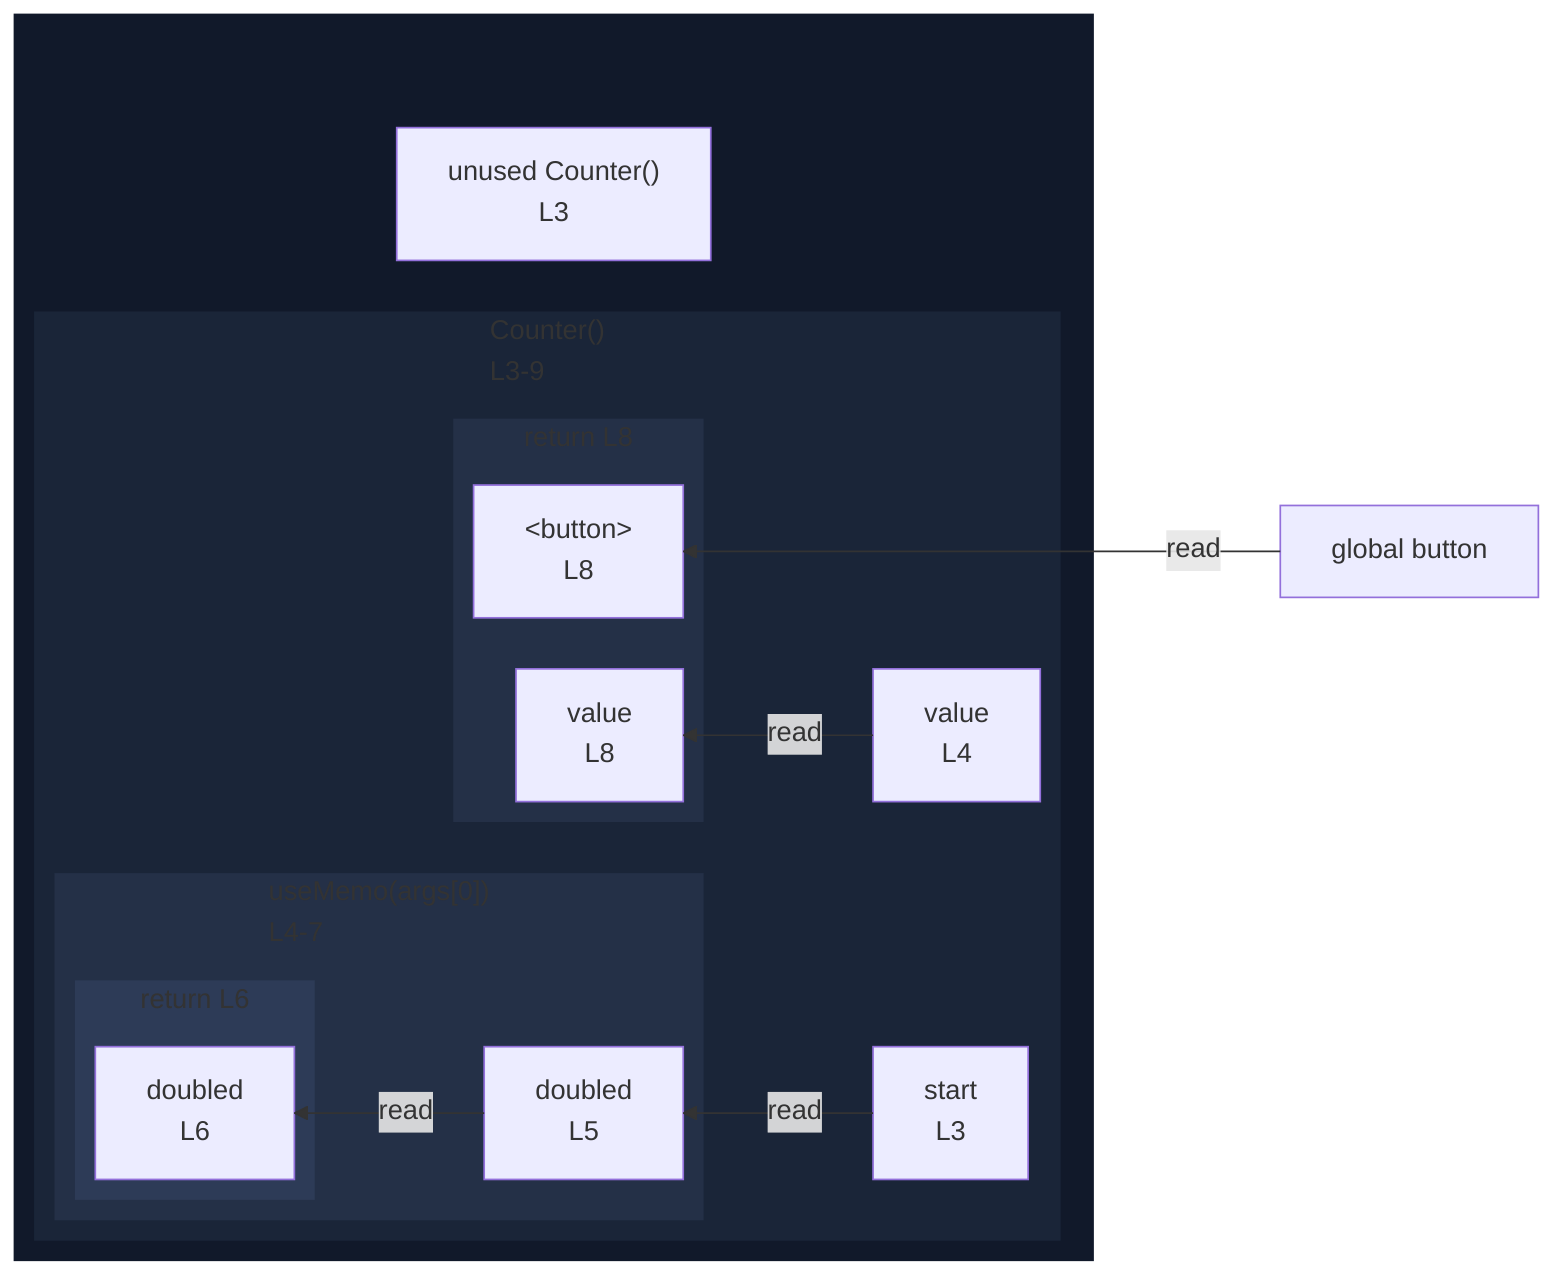
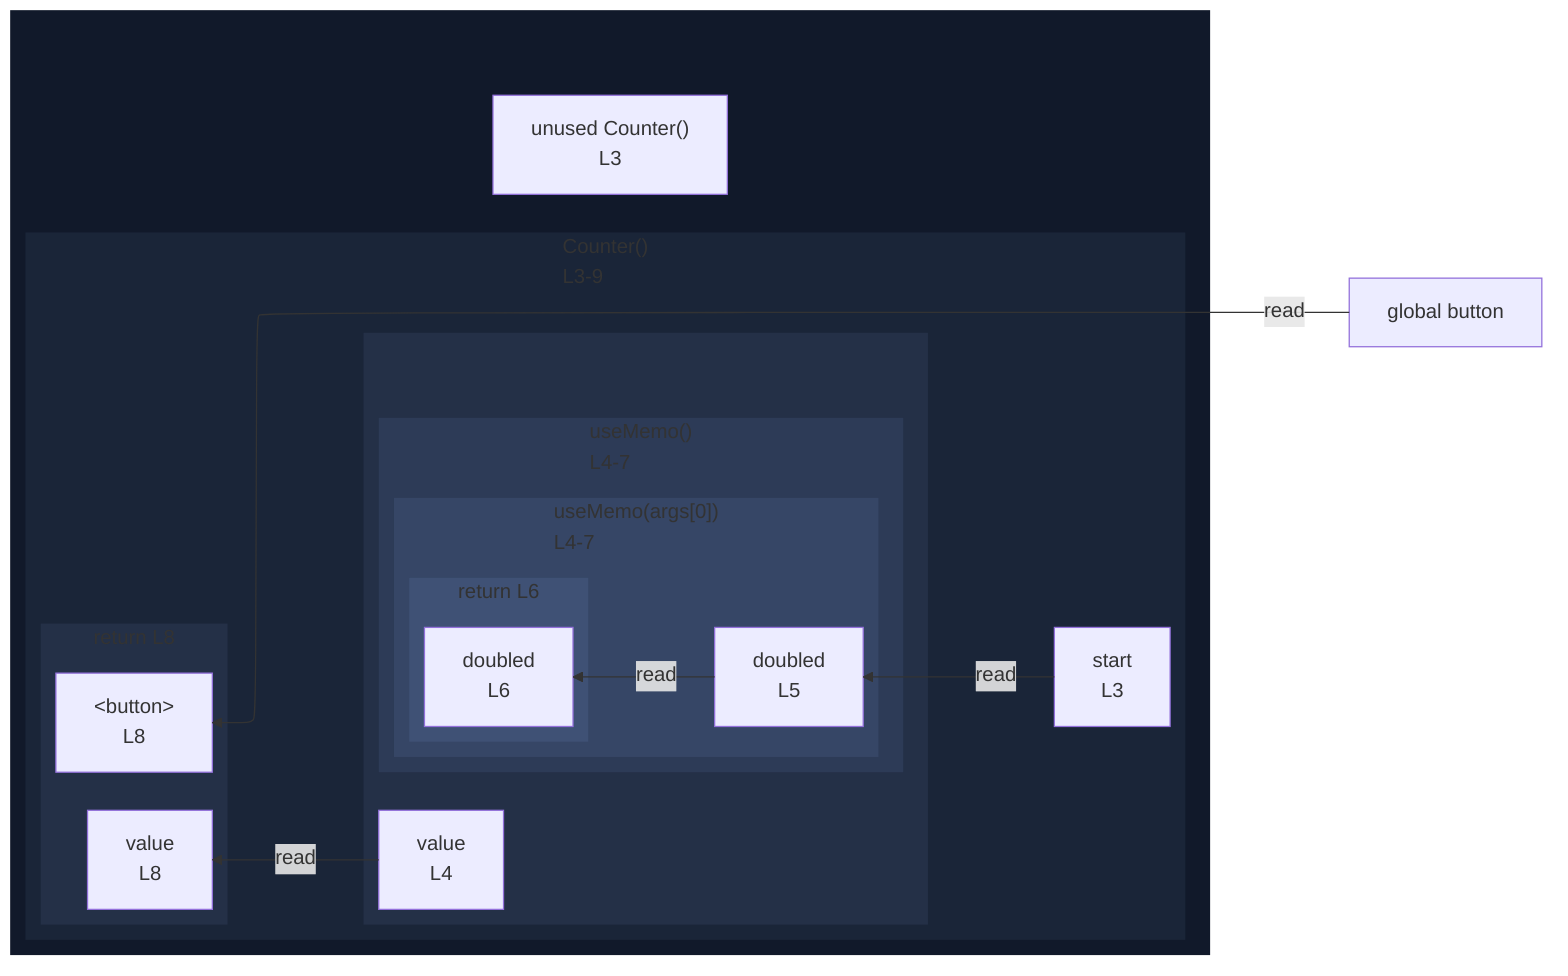
%%{init: {"flowchart": {"defaultRenderer": "elk"}}}%%
flowchart RL
  n_scope_0_button_194["global button"]
  subgraph wrap_s_scope_1[" "]
    direction TB
    n_scope_0_Counter_40["unused Counter()<br/>L3"]
    subgraph s_scope_1["Counter()<br/>L3-9"]
      direction RL
      n_scope_1_start_53["start<br/>L3"]
-       n_scope_1_value_94["value<br/>L4"]
-       subgraph s_scope_2["useMemo(args[0])<br/>L4-7"]
-         direction RL
-         n_scope_2_doubled_128["doubled<br/>L5"]
-         subgraph s_return_scope_0_Counter_40_153_168["return L6"]
+       subgraph wrap_call_proxy_102[" "]
+         direction TB
+         n_scope_1_value_94["value<br/>L4"]
+         subgraph call_proxy_102["useMemo()<br/>L4-7"]
          direction RL
-           ret_use_ref_5["doubled<br/>L6"]
+           subgraph s_scope_2["useMemo(args[0])<br/>L4-7"]
+             direction RL
+             n_scope_2_doubled_128["doubled<br/>L5"]
+             subgraph s_return_scope_0_Counter_40_153_168["return L6"]
+               direction RL
+               ret_use_ref_5["doubled<br/>L6"]
+             end
+           end
        end
      end
      subgraph s_return_scope_0_Counter_40_186_218["return L8"]
        direction RL
        ret_use_ref_7["&lt;button&gt;<br/>L8"]
        ret_use_ref_8["value<br/>L8"]
      end
    end
  end
  n_scope_1_start_53 -->|read| n_scope_2_doubled_128
  n_scope_2_doubled_128 -->|read| ret_use_ref_5
  n_scope_0_button_194 -->|read| ret_use_ref_7
  n_scope_1_value_94 -->|read| ret_use_ref_8
  classDef nestL1 fill:#11192a,stroke:transparent;
  class wrap_s_scope_1 nestL1;
  classDef nestL2 fill:#1a2538,stroke:transparent;
  class s_scope_1 nestL2;
  classDef nestL3 fill:#243047,stroke:transparent;
-   class s_scope_2 nestL3;
+   class wrap_call_proxy_102 nestL3;
  class s_return_scope_0_Counter_40_186_218 nestL3;
  classDef nestL4 fill:#2d3b57,stroke:transparent;
-   class s_return_scope_0_Counter_40_153_168 nestL4;
+   class call_proxy_102 nestL4;
+   classDef nestL5 fill:#364666,stroke:transparent;
+   class s_scope_2 nestL5;
+   classDef nestL6 fill:#3f5175,stroke:transparent;
+   class s_return_scope_0_Counter_40_153_168 nestL6;
